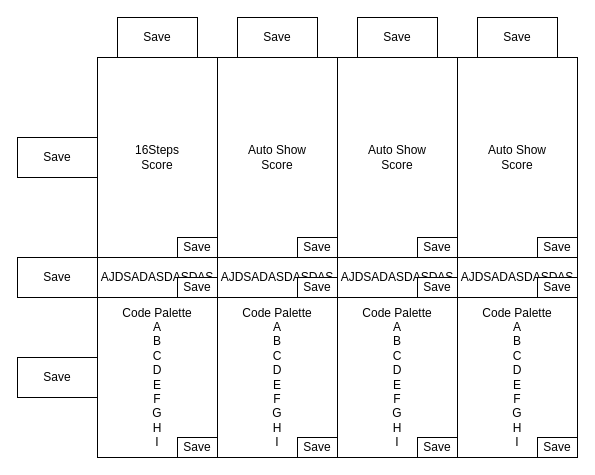
Earlier version of the draw.io diagram notee.drawio (shuzaei/notee). Source tidied: cells renumbered, new cells numbered last; positions are measured from the earlier drawing's top-left corner, leaving out a move shared by most shapes. Both pictures are drawn from the tidied source at 100%, with x=0, y=0 at pixel (17, 17).
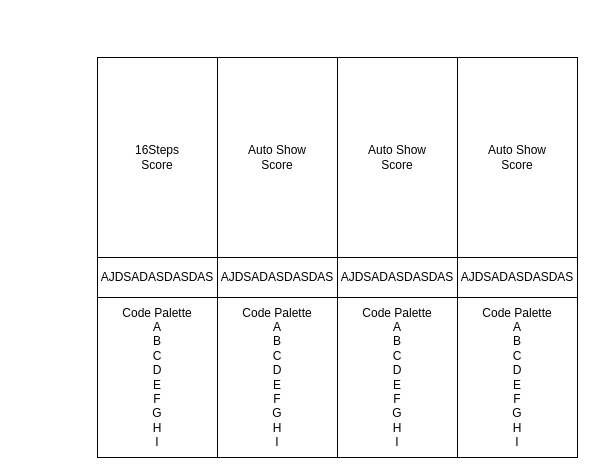
The same page after the edit.

What changed in the source:
```diff
@@
-    <mxCell id="14" value="Save" style="rounded=0;whiteSpace=wrap;html=1;" parent="1" vertex="1">
-      <mxGeometry y="240" width="80" height="40" as="geometry" />
-    </mxCell>
-    <mxCell id="15" value="Save" style="rounded=0;whiteSpace=wrap;html=1;" parent="1" vertex="1">
-      <mxGeometry y="120" width="80" height="40" as="geometry" />
-    </mxCell>
-    <mxCell id="16" value="Save" style="rounded=0;whiteSpace=wrap;html=1;" parent="1" vertex="1">
-      <mxGeometry y="340" width="80" height="40" as="geometry" />
-    </mxCell>
-    <mxCell id="17" value="Save" style="rounded=0;whiteSpace=wrap;html=1;" parent="1" vertex="1">
-      <mxGeometry x="160" y="220" width="40" height="20" as="geometry" />
-    </mxCell>
-    <mxCell id="18" value="Save" style="rounded=0;whiteSpace=wrap;html=1;" parent="1" vertex="1">
-      <mxGeometry x="160" y="260" width="40" height="20" as="geometry" />
-    </mxCell>
-    <mxCell id="19" value="Save" style="rounded=0;whiteSpace=wrap;html=1;" parent="1" vertex="1">
-      <mxGeometry x="160" y="420" width="40" height="20" as="geometry" />
-    </mxCell>
-    <mxCell id="20" value="Save" style="rounded=0;whiteSpace=wrap;html=1;" parent="1" vertex="1">
-      <mxGeometry x="280" y="220" width="40" height="20" as="geometry" />
-    </mxCell>
-    <mxCell id="21" value="Save" style="rounded=0;whiteSpace=wrap;html=1;" parent="1" vertex="1">
-      <mxGeometry x="280" y="260" width="40" height="20" as="geometry" />
-    </mxCell>
-    <mxCell id="22" value="Save" style="rounded=0;whiteSpace=wrap;html=1;" parent="1" vertex="1">
-      <mxGeometry x="280" y="420" width="40" height="20" as="geometry" />
-    </mxCell>
-    <mxCell id="23" value="Save" style="rounded=0;whiteSpace=wrap;html=1;" parent="1" vertex="1">
-      <mxGeometry x="400" y="220" width="40" height="20" as="geometry" />
-    </mxCell>
-    <mxCell id="24" value="Save" style="rounded=0;whiteSpace=wrap;html=1;" parent="1" vertex="1">
-      <mxGeometry x="400" y="260" width="40" height="20" as="geometry" />
-    </mxCell>
-    <mxCell id="25" value="Save" style="rounded=0;whiteSpace=wrap;html=1;" parent="1" vertex="1">
-      <mxGeometry x="400" y="420" width="40" height="20" as="geometry" />
-    </mxCell>
-    <mxCell id="26" value="Save" style="rounded=0;whiteSpace=wrap;html=1;" parent="1" vertex="1">
-      <mxGeometry x="520" y="220" width="40" height="20" as="geometry" />
-    </mxCell>
-    <mxCell id="27" value="Save" style="rounded=0;whiteSpace=wrap;html=1;" parent="1" vertex="1">
-      <mxGeometry x="520" y="260" width="40" height="20" as="geometry" />
-    </mxCell>
-    <mxCell id="28" value="Save" style="rounded=0;whiteSpace=wrap;html=1;" parent="1" vertex="1">
-      <mxGeometry x="520" y="420" width="40" height="20" as="geometry" />
-    </mxCell>
-    <mxCell id="29" value="Save" style="rounded=0;whiteSpace=wrap;html=1;" parent="1" vertex="1">
-      <mxGeometry x="100" width="80" height="40" as="geometry" />
-    </mxCell>
-    <mxCell id="30" value="Save" style="rounded=0;whiteSpace=wrap;html=1;" parent="1" vertex="1">
-      <mxGeometry x="220" width="80" height="40" as="geometry" />
-    </mxCell>
-    <mxCell id="31" value="Save" style="rounded=0;whiteSpace=wrap;html=1;" parent="1" vertex="1">
-      <mxGeometry x="340" width="80" height="40" as="geometry" />
-    </mxCell>
-    <mxCell id="32" value="Save" style="rounded=0;whiteSpace=wrap;html=1;" parent="1" vertex="1">
-      <mxGeometry x="460" width="80" height="40" as="geometry" />
-    </mxCell>
```
